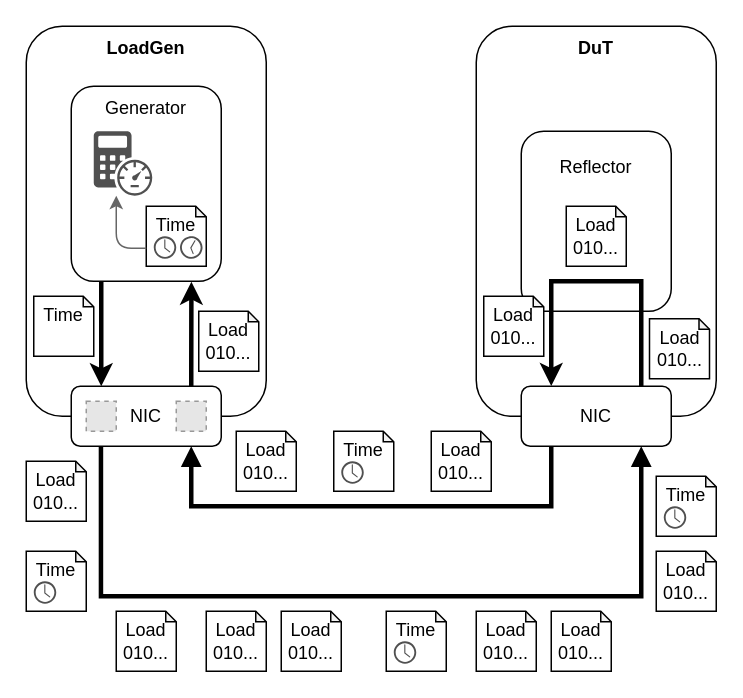
vmuxIO/diagrams keeps this draw.io diagram as latency_measurement.drawio. Above is the earlier version. Source tidied: cells renumbered, new cells numbered last; positions are measured from the earlier drawing's top-left corner, leaving out a move shared by most shapes. Both pictures are drawn from the tidied source at 150%, with x=0, y=0 at pixel (26, 26). Pictures stored in the file or linked from it are replaced by grey dashed boxes.
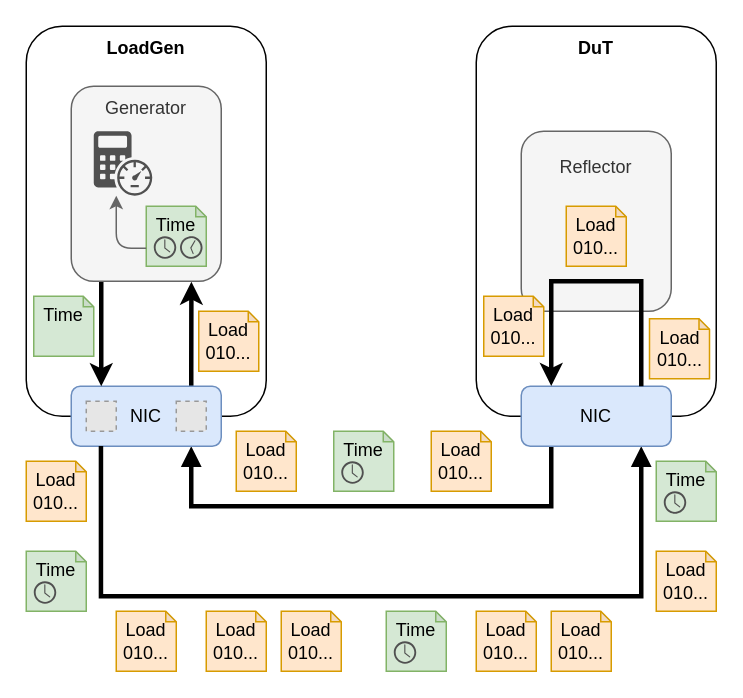
Above is the later version.

Diff of the diagram source:
```diff
@@
-    <mxCell id="8" value="NIC" style="rounded=1;whiteSpace=wrap;html=1;direction=west;" parent="1" vertex="1">
+    <mxCell id="8" value="NIC" style="rounded=1;whiteSpace=wrap;html=1;direction=west;fillColor=#dae8fc;strokeColor=#6c8ebf;" parent="1" vertex="1">
       <mxGeometry x="30" y="240" width="100" height="40" as="geometry" />
     </mxCell>
@@
-    <mxCell id="10" value="NIC" style="rounded=1;whiteSpace=wrap;html=1;direction=west;" parent="1" vertex="1">
+    <mxCell id="10" value="NIC" style="rounded=1;whiteSpace=wrap;html=1;direction=west;fillColor=#dae8fc;strokeColor=#6c8ebf;" parent="1" vertex="1">
       <mxGeometry x="330" y="240" width="100" height="40" as="geometry" />
     </mxCell>
-    <mxCell id="11" value="&lt;div&gt;Reflector&lt;/div&gt;&lt;div&gt;&lt;br&gt;&lt;/div&gt;&lt;div&gt;&lt;br&gt;&lt;/div&gt;&lt;div&gt;&lt;br&gt;&lt;/div&gt;&lt;div&gt;&lt;br&gt;&lt;/div&gt;&lt;div&gt;&lt;br&gt;&lt;/div&gt;" style="rounded=1;whiteSpace=wrap;html=1;" parent="1" vertex="1">
+    <mxCell id="11" value="&lt;div&gt;Reflector&lt;/div&gt;&lt;div&gt;&lt;br&gt;&lt;/div&gt;&lt;div&gt;&lt;br&gt;&lt;/div&gt;&lt;div&gt;&lt;br&gt;&lt;/div&gt;&lt;div&gt;&lt;br&gt;&lt;/div&gt;&lt;div&gt;&lt;br&gt;&lt;/div&gt;" style="rounded=1;whiteSpace=wrap;html=1;fillColor=#f5f5f5;fontColor=#333333;strokeColor=#666666;" parent="1" vertex="1">
       <mxGeometry x="330" y="70" width="100" height="120" as="geometry" />
     </mxCell>
@@
-    <mxCell id="14" value="&lt;div&gt;Generator&lt;/div&gt;&lt;div&gt;&lt;br&gt;&lt;/div&gt;&lt;div&gt;&lt;br&gt;&lt;/div&gt;&lt;div&gt;&lt;br&gt;&lt;/div&gt;&lt;div&gt;&lt;br&gt;&lt;/div&gt;&lt;div&gt;&lt;br&gt;&lt;/div&gt;&lt;div&gt;&lt;br&gt;&lt;/div&gt;&lt;div&gt;&lt;br&gt;&lt;/div&gt;" style="rounded=1;whiteSpace=wrap;html=1;" parent="1" vertex="1">
+    <mxCell id="14" value="&lt;div&gt;Generator&lt;/div&gt;&lt;div&gt;&lt;br&gt;&lt;/div&gt;&lt;div&gt;&lt;br&gt;&lt;/div&gt;&lt;div&gt;&lt;br&gt;&lt;/div&gt;&lt;div&gt;&lt;br&gt;&lt;/div&gt;&lt;div&gt;&lt;br&gt;&lt;/div&gt;&lt;div&gt;&lt;br&gt;&lt;/div&gt;&lt;div&gt;&lt;br&gt;&lt;/div&gt;" style="rounded=1;whiteSpace=wrap;html=1;fillColor=#f5f5f5;strokeColor=#666666;fontColor=#333333;" parent="1" vertex="1">
       <mxGeometry x="30" y="40" width="100" height="130" as="geometry" />
     </mxCell>
-    <mxCell id="15" value="&lt;div&gt;Time&lt;/div&gt;&lt;div&gt;&lt;br&gt;&lt;/div&gt;" style="shape=note;whiteSpace=wrap;html=1;backgroundOutline=1;darkOpacity=0.05;size=7;" parent="1" vertex="1">
+    <mxCell id="15" value="&lt;div&gt;Time&lt;/div&gt;&lt;div&gt;&lt;br&gt;&lt;/div&gt;" style="shape=note;whiteSpace=wrap;html=1;backgroundOutline=1;darkOpacity=0.05;size=7;fillColor=#d5e8d4;strokeColor=#82b366;" parent="1" vertex="1">
       <mxGeometry y="350" width="40" height="40" as="geometry" />
     </mxCell>
@@
-    <mxCell id="17" value="&lt;div&gt;Load&lt;/div&gt;&lt;div&gt;010...&lt;br&gt;&lt;/div&gt;" style="shape=note;whiteSpace=wrap;html=1;backgroundOutline=1;darkOpacity=0.05;size=7;" parent="1" vertex="1">
+    <mxCell id="17" value="&lt;div&gt;Load&lt;/div&gt;&lt;div&gt;010...&lt;br&gt;&lt;/div&gt;" style="shape=note;whiteSpace=wrap;html=1;backgroundOutline=1;darkOpacity=0.05;size=7;fillColor=#ffe6cc;strokeColor=#d79b00;" parent="1" vertex="1">
       <mxGeometry x="60" y="390" width="40" height="40" as="geometry" />
     </mxCell>
@@
-    <mxCell id="20" value="&lt;div&gt;Time&lt;/div&gt;&lt;div&gt;&lt;br&gt;&lt;/div&gt;" style="shape=note;whiteSpace=wrap;html=1;backgroundOutline=1;darkOpacity=0.05;size=7;" parent="1" vertex="1">
+    <mxCell id="20" value="&lt;div&gt;Time&lt;/div&gt;&lt;div&gt;&lt;br&gt;&lt;/div&gt;" style="shape=note;whiteSpace=wrap;html=1;backgroundOutline=1;darkOpacity=0.05;size=7;fillColor=#d5e8d4;strokeColor=#82b366;" parent="1" vertex="1">
       <mxGeometry x="5" y="180" width="40" height="40" as="geometry" />
     </mxCell>
-    <mxCell id="21" value="&lt;div&gt;Load&lt;/div&gt;&lt;div&gt;010...&lt;br&gt;&lt;/div&gt;" style="shape=note;whiteSpace=wrap;html=1;backgroundOutline=1;darkOpacity=0.05;size=7;" parent="1" vertex="1">
+    <mxCell id="21" value="&lt;div&gt;Load&lt;/div&gt;&lt;div&gt;010...&lt;br&gt;&lt;/div&gt;" style="shape=note;whiteSpace=wrap;html=1;backgroundOutline=1;darkOpacity=0.05;size=7;fillColor=#ffe6cc;strokeColor=#d79b00;" parent="1" vertex="1">
       <mxGeometry y="290" width="40" height="40" as="geometry" />
     </mxCell>
-    <mxCell id="22" value="&lt;div&gt;Load&lt;/div&gt;&lt;div&gt;010...&lt;br&gt;&lt;/div&gt;" style="shape=note;whiteSpace=wrap;html=1;backgroundOutline=1;darkOpacity=0.05;size=7;" parent="1" vertex="1">
+    <mxCell id="22" value="&lt;div&gt;Load&lt;/div&gt;&lt;div&gt;010...&lt;br&gt;&lt;/div&gt;" style="shape=note;whiteSpace=wrap;html=1;backgroundOutline=1;darkOpacity=0.05;size=7;fillColor=#ffe6cc;strokeColor=#d79b00;" parent="1" vertex="1">
       <mxGeometry x="350" y="390" width="40" height="40" as="geometry" />
     </mxCell>
-    <mxCell id="23" value="&lt;div&gt;Load&lt;/div&gt;&lt;div&gt;010...&lt;br&gt;&lt;/div&gt;" style="shape=note;whiteSpace=wrap;html=1;backgroundOutline=1;darkOpacity=0.05;size=7;" parent="1" vertex="1">
+    <mxCell id="23" value="&lt;div&gt;Load&lt;/div&gt;&lt;div&gt;010...&lt;br&gt;&lt;/div&gt;" style="shape=note;whiteSpace=wrap;html=1;backgroundOutline=1;darkOpacity=0.05;size=7;fillColor=#ffe6cc;strokeColor=#d79b00;" parent="1" vertex="1">
       <mxGeometry x="300" y="390" width="40" height="40" as="geometry" />
     </mxCell>
-    <mxCell id="24" value="&lt;div&gt;Load&lt;/div&gt;&lt;div&gt;010...&lt;br&gt;&lt;/div&gt;" style="shape=note;whiteSpace=wrap;html=1;backgroundOutline=1;darkOpacity=0.05;size=7;" parent="1" vertex="1">
+    <mxCell id="24" value="&lt;div&gt;Load&lt;/div&gt;&lt;div&gt;010...&lt;br&gt;&lt;/div&gt;" style="shape=note;whiteSpace=wrap;html=1;backgroundOutline=1;darkOpacity=0.05;size=7;fillColor=#ffe6cc;strokeColor=#d79b00;" parent="1" vertex="1">
       <mxGeometry x="115" y="190" width="40" height="40" as="geometry" />
     </mxCell>
-    <mxCell id="25" value="&lt;div&gt;Time&lt;/div&gt;&lt;div&gt;&lt;br&gt;&lt;/div&gt;" style="shape=note;whiteSpace=wrap;html=1;backgroundOutline=1;darkOpacity=0.05;size=7;" parent="1" vertex="1">
+    <mxCell id="25" value="&lt;div&gt;Time&lt;/div&gt;&lt;div&gt;&lt;br&gt;&lt;/div&gt;" style="shape=note;whiteSpace=wrap;html=1;backgroundOutline=1;darkOpacity=0.05;size=7;fillColor=#d5e8d4;strokeColor=#82b366;" parent="1" vertex="1">
       <mxGeometry x="80" y="120" width="40" height="40" as="geometry" />
     </mxCell>
@@
-    <mxCell id="30" value="&lt;div&gt;Load&lt;/div&gt;&lt;div&gt;010...&lt;br&gt;&lt;/div&gt;" style="shape=note;whiteSpace=wrap;html=1;backgroundOutline=1;darkOpacity=0.05;size=7;" parent="1" vertex="1">
+    <mxCell id="30" value="&lt;div&gt;Load&lt;/div&gt;&lt;div&gt;010...&lt;br&gt;&lt;/div&gt;" style="shape=note;whiteSpace=wrap;html=1;backgroundOutline=1;darkOpacity=0.05;size=7;fillColor=#ffe6cc;strokeColor=#d79b00;" parent="1" vertex="1">
       <mxGeometry x="170" y="390" width="40" height="40" as="geometry" />
     </mxCell>
-    <mxCell id="31" value="&lt;div&gt;Load&lt;/div&gt;&lt;div&gt;010...&lt;br&gt;&lt;/div&gt;" style="shape=note;whiteSpace=wrap;html=1;backgroundOutline=1;darkOpacity=0.05;size=7;" parent="1" vertex="1">
+    <mxCell id="31" value="&lt;div&gt;Load&lt;/div&gt;&lt;div&gt;010...&lt;br&gt;&lt;/div&gt;" style="shape=note;whiteSpace=wrap;html=1;backgroundOutline=1;darkOpacity=0.05;size=7;fillColor=#ffe6cc;strokeColor=#d79b00;" parent="1" vertex="1">
       <mxGeometry x="120" y="390" width="40" height="40" as="geometry" />
     </mxCell>
-    <mxCell id="32" value="&lt;div&gt;Time&lt;/div&gt;&lt;div&gt;&lt;br&gt;&lt;/div&gt;" style="shape=note;whiteSpace=wrap;html=1;backgroundOutline=1;darkOpacity=0.05;size=7;" parent="1" vertex="1">
+    <mxCell id="32" value="&lt;div&gt;Time&lt;/div&gt;&lt;div&gt;&lt;br&gt;&lt;/div&gt;" style="shape=note;whiteSpace=wrap;html=1;backgroundOutline=1;darkOpacity=0.05;size=7;fillColor=#d5e8d4;strokeColor=#82b366;" parent="1" vertex="1">
       <mxGeometry x="240" y="390" width="40" height="40" as="geometry" />
     </mxCell>
@@
-    <mxCell id="34" value="&lt;div&gt;Time&lt;/div&gt;&lt;div&gt;&lt;br&gt;&lt;/div&gt;" style="shape=note;whiteSpace=wrap;html=1;backgroundOutline=1;darkOpacity=0.05;size=7;" parent="1" vertex="1">
-      <mxGeometry x="420" y="300" width="40" height="40" as="geometry" />
-    </mxCell>
-    <mxCell id="35" style="sketch=0;shadow=0;dashed=0;html=1;strokeColor=none;fillColor=#505050;labelPosition=center;verticalLabelPosition=bottom;verticalAlign=top;align=center;shape=mxgraph.office.concepts.clock;" parent="1" vertex="1">
-      <mxGeometry x="425" y="320" width="15" height="15" as="geometry" />
-    </mxCell>
-    <mxCell id="36" value="&lt;div&gt;Time&lt;/div&gt;&lt;div&gt;&lt;br&gt;&lt;/div&gt;" style="shape=note;whiteSpace=wrap;html=1;backgroundOutline=1;darkOpacity=0.05;size=7;" parent="1" vertex="1">
+    <mxCell id="36" value="&lt;div&gt;Time&lt;/div&gt;&lt;div&gt;&lt;br&gt;&lt;/div&gt;" style="shape=note;whiteSpace=wrap;html=1;backgroundOutline=1;darkOpacity=0.05;size=7;fillColor=#d5e8d4;strokeColor=#82b366;" parent="1" vertex="1">
       <mxGeometry x="205" y="270" width="40" height="40" as="geometry" />
     </mxCell>
@@
-    <mxCell id="38" value="&lt;div&gt;Load&lt;/div&gt;&lt;div&gt;010...&lt;br&gt;&lt;/div&gt;" style="shape=note;whiteSpace=wrap;html=1;backgroundOutline=1;darkOpacity=0.05;size=7;" parent="1" vertex="1">
+    <mxCell id="38" value="&lt;div&gt;Load&lt;/div&gt;&lt;div&gt;010...&lt;br&gt;&lt;/div&gt;" style="shape=note;whiteSpace=wrap;html=1;backgroundOutline=1;darkOpacity=0.05;size=7;fillColor=#ffe6cc;strokeColor=#d79b00;" parent="1" vertex="1">
       <mxGeometry x="270" y="270" width="40" height="40" as="geometry" />
     </mxCell>
-    <mxCell id="39" value="&lt;div&gt;Load&lt;/div&gt;&lt;div&gt;010...&lt;br&gt;&lt;/div&gt;" style="shape=note;whiteSpace=wrap;html=1;backgroundOutline=1;darkOpacity=0.05;size=7;" parent="1" vertex="1">
+    <mxCell id="39" value="&lt;div&gt;Load&lt;/div&gt;&lt;div&gt;010...&lt;br&gt;&lt;/div&gt;" style="shape=note;whiteSpace=wrap;html=1;backgroundOutline=1;darkOpacity=0.05;size=7;fillColor=#ffe6cc;strokeColor=#d79b00;" parent="1" vertex="1">
       <mxGeometry x="140" y="270" width="40" height="40" as="geometry" />
     </mxCell>
-    <mxCell id="40" value="&lt;div&gt;Load&lt;/div&gt;&lt;div&gt;010...&lt;br&gt;&lt;/div&gt;" style="shape=note;whiteSpace=wrap;html=1;backgroundOutline=1;darkOpacity=0.05;size=7;" parent="1" vertex="1">
+    <mxCell id="40" value="&lt;div&gt;Load&lt;/div&gt;&lt;div&gt;010...&lt;br&gt;&lt;/div&gt;" style="shape=note;whiteSpace=wrap;html=1;backgroundOutline=1;darkOpacity=0.05;size=7;fillColor=#ffe6cc;strokeColor=#d79b00;" parent="1" vertex="1">
       <mxGeometry x="360" y="120" width="40" height="40" as="geometry" />
     </mxCell>
-    <mxCell id="41" value="&lt;div&gt;Load&lt;/div&gt;&lt;div&gt;010...&lt;br&gt;&lt;/div&gt;" style="shape=note;whiteSpace=wrap;html=1;backgroundOutline=1;darkOpacity=0.05;size=7;" parent="1" vertex="1">
+    <mxCell id="41" value="&lt;div&gt;Load&lt;/div&gt;&lt;div&gt;010...&lt;br&gt;&lt;/div&gt;" style="shape=note;whiteSpace=wrap;html=1;backgroundOutline=1;darkOpacity=0.05;size=7;fillColor=#ffe6cc;strokeColor=#d79b00;" parent="1" vertex="1">
       <mxGeometry x="415.5" y="195" width="40" height="40" as="geometry" />
     </mxCell>
-    <mxCell id="42" value="&lt;div&gt;Load&lt;/div&gt;&lt;div&gt;010...&lt;br&gt;&lt;/div&gt;" style="shape=note;whiteSpace=wrap;html=1;backgroundOutline=1;darkOpacity=0.05;size=7;" parent="1" vertex="1">
+    <mxCell id="42" value="&lt;div&gt;Load&lt;/div&gt;&lt;div&gt;010...&lt;br&gt;&lt;/div&gt;" style="shape=note;whiteSpace=wrap;html=1;backgroundOutline=1;darkOpacity=0.05;size=7;fillColor=#ffe6cc;strokeColor=#d79b00;" parent="1" vertex="1">
       <mxGeometry x="420" y="350" width="40" height="40" as="geometry" />
     </mxCell>
-    <mxCell id="43" value="&lt;div&gt;Load&lt;/div&gt;&lt;div&gt;010...&lt;br&gt;&lt;/div&gt;" style="shape=note;whiteSpace=wrap;html=1;backgroundOutline=1;darkOpacity=0.05;size=7;" parent="1" vertex="1">
+    <mxCell id="43" value="&lt;div&gt;Load&lt;/div&gt;&lt;div&gt;010...&lt;br&gt;&lt;/div&gt;" style="shape=note;whiteSpace=wrap;html=1;backgroundOutline=1;darkOpacity=0.05;size=7;fillColor=#ffe6cc;strokeColor=#d79b00;" parent="1" vertex="1">
       <mxGeometry x="305" y="180" width="40" height="40" as="geometry" />
     </mxCell>
+    <mxCell id="34" value="&lt;div&gt;Time&lt;/div&gt;&lt;div&gt;&lt;br&gt;&lt;/div&gt;" style="shape=note;whiteSpace=wrap;html=1;backgroundOutline=1;darkOpacity=0.05;size=7;fillColor=#d5e8d4;strokeColor=#82b366;" parent="1" vertex="1">
+      <mxGeometry x="420" y="290" width="40" height="40" as="geometry" />
+    </mxCell>
+    <mxCell id="44" style="sketch=0;shadow=0;dashed=0;html=1;strokeColor=none;fillColor=#505050;labelPosition=center;verticalLabelPosition=bottom;verticalAlign=top;align=center;shape=mxgraph.office.concepts.clock;" parent="1" vertex="1">
+      <mxGeometry x="425" y="310" width="15" height="15" as="geometry" />
+    </mxCell>
```
